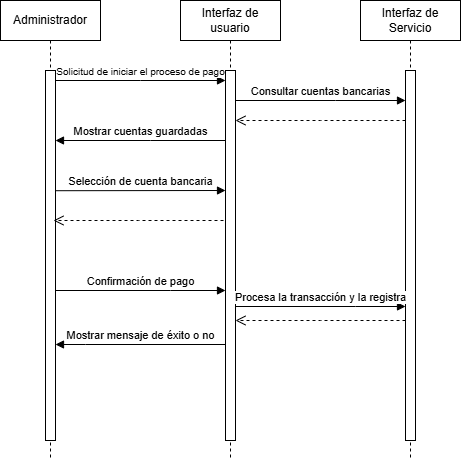
Above: assets/Diagrama secuencia pago con cuenta guardada.drawio.png in gis-ir/IR2425-G1-17 (draw.io), before the change. Source tidied: cells renumbered, new cells last; positions are measured from the earlier drawing's top-left corner, leaving out a move shared by most shapes.
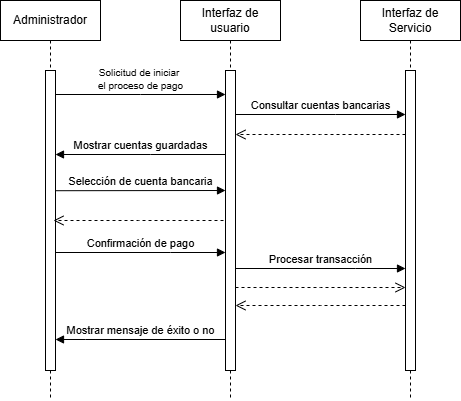
Above is the later version.

What changed in the source:
```diff
@@ -3,49 +3,56 @@
     <mxCell id="0" />
     <mxCell id="1" parent="0" />
     <mxCell id="2" value="Administrador" style="shape=umlLifeline;perimeter=lifelinePerimeter;whiteSpace=wrap;html=1;newEdgeStyle={&quot;edgeStyle&quot;:&quot;elbowEdgeStyle&quot;,&quot;elbow&quot;:&quot;vertical&quot;,&quot;curved&quot;:0,&quot;rounded&quot;:0};" parent="1" vertex="1">
-      <mxGeometry width="100" height="460" as="geometry" />
+      <mxGeometry width="100" height="400" as="geometry" />
     </mxCell>
     <mxCell id="3" style="html=1;points=[];perimeter=orthogonalPerimeter;outlineConnect=0;targetShapes=umlLifeline;portConstraint=eastwest;newEdgeStyle={&quot;edgeStyle&quot;:&quot;elbowEdgeStyle&quot;,&quot;elbow&quot;:&quot;vertical&quot;,&quot;curved&quot;:0,&quot;rounded&quot;:0};" parent="2" vertex="1">
-      <mxGeometry x="45" y="70" width="10" height="370" as="geometry" />
+      <mxGeometry x="45" y="70" width="10" height="300" as="geometry" />
     </mxCell>
     <mxCell id="4" value="Interfaz de usuario" style="shape=umlLifeline;perimeter=lifelinePerimeter;whiteSpace=wrap;html=1;newEdgeStyle={&quot;edgeStyle&quot;:&quot;elbowEdgeStyle&quot;,&quot;elbow&quot;:&quot;vertical&quot;,&quot;curved&quot;:0,&quot;rounded&quot;:0};" parent="1" vertex="1">
-      <mxGeometry x="180" width="100" height="460" as="geometry" />
+      <mxGeometry x="180" width="100" height="400" as="geometry" />
     </mxCell>
     <mxCell id="5" style="html=1;points=[];perimeter=orthogonalPerimeter;outlineConnect=0;targetShapes=umlLifeline;portConstraint=eastwest;newEdgeStyle={&quot;edgeStyle&quot;:&quot;elbowEdgeStyle&quot;,&quot;elbow&quot;:&quot;vertical&quot;,&quot;curved&quot;:0,&quot;rounded&quot;:0};" parent="4" vertex="1">
-      <mxGeometry x="45" y="70" width="10" height="370" as="geometry" />
+      <mxGeometry x="45" y="70" width="10" height="300" as="geometry" />
     </mxCell>
-    <mxCell id="6" value="&lt;font style=&quot;font-size: 10px;&quot;&gt;Solicitud de iniciar el proceso de pago&lt;/font&gt;" style="html=1;verticalAlign=bottom;endArrow=block;edgeStyle=elbowEdgeStyle;elbow=vertical;curved=0;rounded=0;" parent="1" edge="1" source="3" target="5">
+    <mxCell id="6" value="&lt;font style=&quot;font-size: 10px;&quot;&gt;Solicitud de iniciar&amp;nbsp;&lt;/font&gt;&lt;div&gt;&lt;font style=&quot;font-size: 10px;&quot;&gt;el proceso de pago&lt;/font&gt;&lt;/div&gt;" style="html=1;verticalAlign=bottom;endArrow=block;edgeStyle=elbowEdgeStyle;elbow=vertical;curved=0;rounded=0;" parent="1" edge="1">
       <mxGeometry relative="1" as="geometry">
+        <mxPoint x="55" y="94" as="sourcePoint" />
+        <mxPoint x="225" y="94" as="targetPoint" />
         <Array as="points">
-          <mxPoint x="140" y="80" />
+          <mxPoint x="140" y="94" />
         </Array>
       </mxGeometry>
     </mxCell>
-    <mxCell id="7" value="Mostrar cuentas guardadas" style="html=1;verticalAlign=bottom;endArrow=block;edgeStyle=elbowEdgeStyle;elbow=horizontal;curved=0;rounded=0;" parent="1" edge="1" target="3">
+    <mxCell id="7" value="Mostrar cuentas guardadas" style="html=1;verticalAlign=bottom;endArrow=block;edgeStyle=elbowEdgeStyle;elbow=horizontal;curved=0;rounded=0;" parent="1" edge="1">
       <mxGeometry relative="1" as="geometry">
-        <mxPoint x="225" y="140" as="sourcePoint" />
+        <mxPoint x="225" y="154" as="sourcePoint" />
+        <mxPoint x="55" y="154" as="targetPoint" />
         <Array as="points">
-          <mxPoint x="150" y="140" />
+          <mxPoint x="150" y="154" />
         </Array>
       </mxGeometry>
     </mxCell>
     <mxCell id="8" value="Interfaz de Servicio" style="shape=umlLifeline;perimeter=lifelinePerimeter;whiteSpace=wrap;html=1;newEdgeStyle={&quot;edgeStyle&quot;:&quot;elbowEdgeStyle&quot;,&quot;elbow&quot;:&quot;vertical&quot;,&quot;curved&quot;:0,&quot;rounded&quot;:0};" parent="1" vertex="1">
-      <mxGeometry x="360" width="100" height="460" as="geometry" />
+      <mxGeometry x="360" width="100" height="400" as="geometry" />
     </mxCell>
     <mxCell id="9" style="html=1;points=[];perimeter=orthogonalPerimeter;outlineConnect=0;targetShapes=umlLifeline;portConstraint=eastwest;newEdgeStyle={&quot;edgeStyle&quot;:&quot;elbowEdgeStyle&quot;,&quot;elbow&quot;:&quot;vertical&quot;,&quot;curved&quot;:0,&quot;rounded&quot;:0};" parent="8" vertex="1">
-      <mxGeometry x="45" y="70" width="10" height="370" as="geometry" />
+      <mxGeometry x="45" y="70" width="10" height="300" as="geometry" />
     </mxCell>
-    <mxCell id="10" value="Consultar cuentas bancarias" style="html=1;verticalAlign=bottom;endArrow=block;edgeStyle=elbowEdgeStyle;elbow=vertical;curved=0;rounded=0;" parent="1" edge="1" source="5" target="9">
+    <mxCell id="10" value="Consultar cuentas bancarias" style="html=1;verticalAlign=bottom;endArrow=block;edgeStyle=elbowEdgeStyle;elbow=vertical;curved=0;rounded=0;" parent="1" edge="1">
       <mxGeometry relative="1" as="geometry">
+        <mxPoint x="235" y="114" as="sourcePoint" />
+        <mxPoint x="405" y="114" as="targetPoint" />
         <Array as="points">
-          <mxPoint x="335" y="100" />
+          <mxPoint x="335" y="114" />
         </Array>
       </mxGeometry>
     </mxCell>
-    <mxCell id="11" style="html=1;verticalAlign=bottom;endArrow=open;dashed=1;endSize=8;edgeStyle=elbowEdgeStyle;elbow=vertical;curved=0;rounded=0;" parent="1" edge="1" source="9" target="5">
+    <mxCell id="11" style="html=1;verticalAlign=bottom;endArrow=open;dashed=1;endSize=8;edgeStyle=elbowEdgeStyle;elbow=vertical;curved=0;rounded=0;" parent="1" edge="1">
       <mxGeometry relative="1" as="geometry">
+        <mxPoint x="405" y="134" as="sourcePoint" />
+        <mxPoint x="235" y="134" as="targetPoint" />
         <Array as="points">
-          <mxPoint x="320" y="120" />
+          <mxPoint x="320" y="134" />
         </Array>
       </mxGeometry>
     </mxCell>
@@ -63,36 +70,42 @@
     </mxCell>
     <mxCell id="14" value="Confirmación de pago" style="html=1;verticalAlign=bottom;endArrow=block;edgeStyle=elbowEdgeStyle;elbow=vertical;curved=0;rounded=0;" parent="1" edge="1">
       <mxGeometry relative="1" as="geometry">
-        <mxPoint x="55" y="290" as="sourcePoint" />
-        <mxPoint x="225" y="290" as="targetPoint" />
+        <mxPoint x="55" y="252" as="sourcePoint" />
+        <mxPoint x="225" y="252" as="targetPoint" />
         <Array as="points">
-          <mxPoint x="170" y="290" />
+          <mxPoint x="170" y="252" />
         </Array>
       </mxGeometry>
     </mxCell>
     <mxCell id="15" style="html=1;verticalAlign=bottom;endArrow=open;dashed=1;endSize=8;edgeStyle=elbowEdgeStyle;elbow=horizontal;curved=0;rounded=0;" parent="1" edge="1">
       <mxGeometry relative="1" as="geometry">
-        <mxPoint x="405" y="320" as="sourcePoint" />
-        <mxPoint x="235" y="320" as="targetPoint" />
+        <mxPoint x="405" y="305" as="sourcePoint" />
+        <mxPoint x="235" y="305" as="targetPoint" />
       </mxGeometry>
     </mxCell>
     <mxCell id="16" value="Mostrar mensaje de éxito o no" style="html=1;verticalAlign=bottom;endArrow=block;edgeStyle=elbowEdgeStyle;elbow=vertical;curved=0;rounded=0;" parent="1" edge="1">
       <mxGeometry relative="1" as="geometry">
-        <mxPoint x="225" y="344" as="sourcePoint" />
-        <mxPoint x="55" y="344" as="targetPoint" />
+        <mxPoint x="225" y="339" as="sourcePoint" />
+        <mxPoint x="55" y="339" as="targetPoint" />
         <Array as="points">
-          <mxPoint x="85" y="344" />
+          <mxPoint x="85" y="339" />
         </Array>
       </mxGeometry>
     </mxCell>
-    <mxCell id="17" value="Procesa la transacción y la registra" style="html=1;verticalAlign=bottom;endArrow=block;edgeStyle=elbowEdgeStyle;elbow=vertical;curved=0;rounded=0;" parent="1" edge="1">
+    <mxCell id="17" value="Procesar transacción" style="html=1;verticalAlign=bottom;endArrow=block;edgeStyle=elbowEdgeStyle;elbow=vertical;curved=0;rounded=0;" parent="1" edge="1">
       <mxGeometry relative="1" as="geometry">
-        <mxPoint x="235" y="306" as="sourcePoint" />
-        <mxPoint x="405" y="306" as="targetPoint" />
+        <mxPoint x="235" y="268" as="sourcePoint" />
+        <mxPoint x="405" y="268" as="targetPoint" />
         <Array as="points">
-          <mxPoint x="355" y="306" />
+          <mxPoint x="355" y="268" />
         </Array>
       </mxGeometry>
     </mxCell>
+    <mxCell id="18" style="html=1;verticalAlign=bottom;endArrow=open;dashed=1;endSize=8;edgeStyle=elbowEdgeStyle;elbow=horizontal;curved=0;rounded=0;" parent="1" edge="1">
+      <mxGeometry relative="1" as="geometry">
+        <mxPoint x="235" y="287" as="sourcePoint" />
+        <mxPoint x="405" y="287" as="targetPoint" />
+      </mxGeometry>
+    </mxCell>
   </root>
 </mxGraphModel>
```
